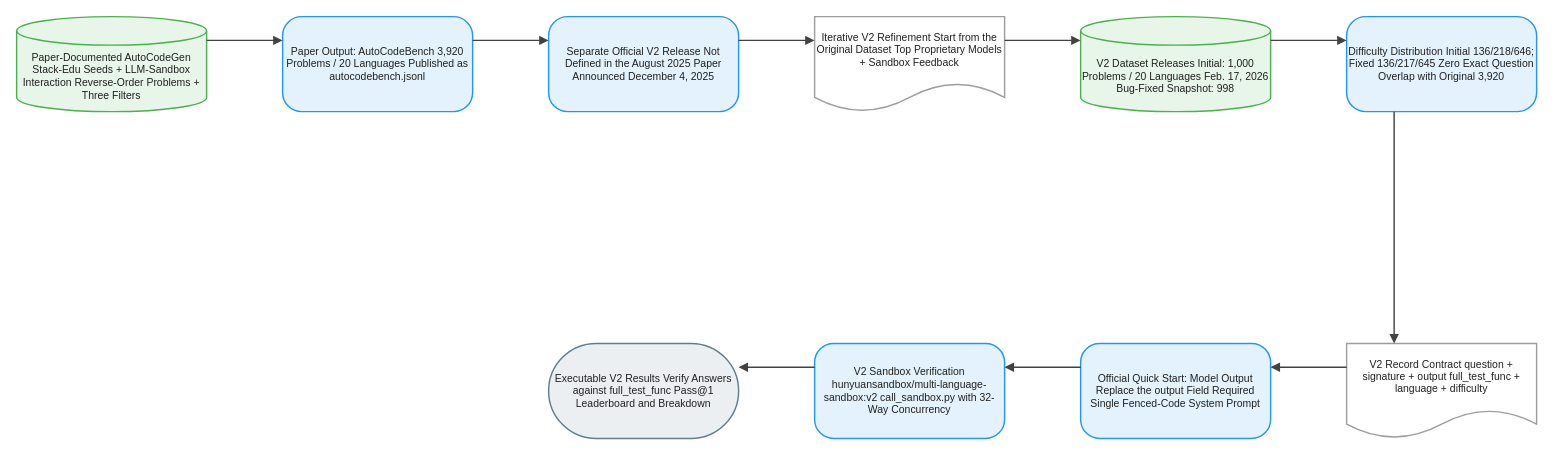
Earlier version of the draw.io diagram client/public/drawio/AutoCodeBench-V2/AutoCodeBench-V2.en.drawio (joe1chief/benchmark-hub). Source tidied: cells renumbered, new cells numbered last; positions are measured from the earlier drawing's top-left corner, leaving out a move shared by most shapes. Both pictures are drawn from the tidied source at 95%, with x=0, y=0 at pixel (16, 16).
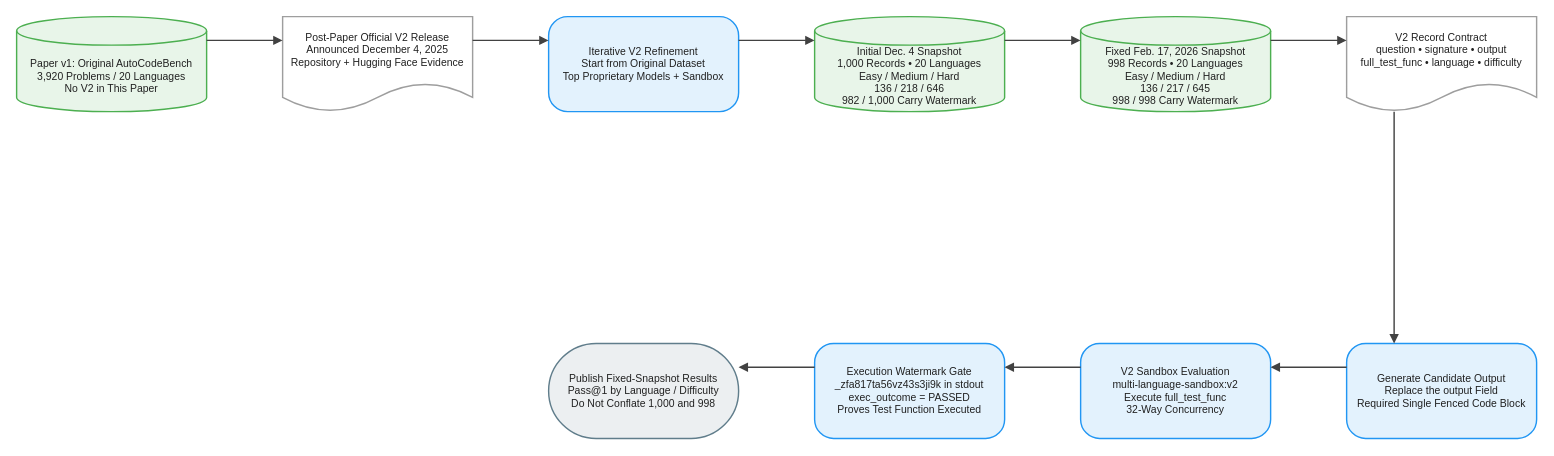
The same diagram, later.

Change to the diagram source:
```diff
@@
-    <mxCell id="2" value="Paper-Documented AutoCodeGen Stack-Edu Seeds + LLM-Sandbox Interaction Reverse-Order Problems + Three Filters" style="shape=cylinder3;boundedLbl=1;backgroundOutline=1;size=15;html=1;whiteSpace=wrap;fillColor=#E8F5E9;strokeColor=#4CAF50;strokeWidth=1.5;fontColor=#212121;fontSize=11;fontFamily=Arial, Helvetica, sans-serif;verticalAlign=middle;align=center;" parent="1" vertex="1">
+    <mxCell id="2" value="Paper v1: Original AutoCodeBench&#10;3,920 Problems / 20 Languages&#10;No V2 in This Paper" style="shape=cylinder3;boundedLbl=1;backgroundOutline=1;size=15;html=0;convertToSvg=1;whiteSpace=wrap;fillColor=#E8F5E9;strokeColor=#4CAF50;strokeWidth=1.5;fontColor=#212121;fontSize=11;fontFamily=Arial, Helvetica, sans-serif;verticalAlign=middle;align=center;" parent="1" vertex="1">
       <mxGeometry width="200" height="100" as="geometry" />
     </mxCell>
-    <mxCell id="3" value="Paper Output: AutoCodeBench 3,920 Problems / 20 Languages Published as autocodebench.jsonl" style="rounded=1;arcSize=20;html=1;whiteSpace=wrap;fillColor=#E3F2FD;strokeColor=#2196F3;strokeWidth=1.5;fontColor=#212121;fontSize=11;fontFamily=Arial, Helvetica, sans-serif;verticalAlign=middle;align=center;" parent="1" vertex="1">
+    <mxCell id="3" value="Post-Paper Official V2 Release&#10;Announced December 4, 2025&#10;Repository + Hugging Face Evidence" style="shape=document;boundedLbl=1;html=0;convertToSvg=1;whiteSpace=wrap;fillColor=#FFFFFF;strokeColor=#9E9E9E;strokeWidth=1.5;fontColor=#212121;fontSize=11;fontFamily=Arial, Helvetica, sans-serif;verticalAlign=middle;align=center;" parent="1" vertex="1">
       <mxGeometry x="280" width="200" height="100" as="geometry" />
     </mxCell>
-    <mxCell id="4" value="Separate Official V2 Release Not Defined in the August 2025 Paper Announced December 4, 2025" style="rounded=1;arcSize=20;html=1;whiteSpace=wrap;fillColor=#E3F2FD;strokeColor=#2196F3;strokeWidth=1.5;fontColor=#212121;fontSize=11;fontFamily=Arial, Helvetica, sans-serif;verticalAlign=middle;align=center;" parent="1" vertex="1">
+    <mxCell id="4" value="Iterative V2 Refinement&#10;Start from Original Dataset&#10;Top Proprietary Models + Sandbox" style="rounded=1;arcSize=20;html=0;convertToSvg=1;whiteSpace=wrap;fillColor=#E3F2FD;strokeColor=#2196F3;strokeWidth=1.5;fontColor=#212121;fontSize=11;fontFamily=Arial, Helvetica, sans-serif;verticalAlign=middle;align=center;" parent="1" vertex="1">
       <mxGeometry x="560" width="200" height="100" as="geometry" />
     </mxCell>
-    <mxCell id="5" value="Iterative V2 Refinement Start from the Original Dataset Top Proprietary Models + Sandbox Feedback" style="shape=document;boundedLbl=1;html=1;whiteSpace=wrap;fillColor=#FFFFFF;strokeColor=#9E9E9E;strokeWidth=1.5;fontColor=#212121;fontSize=11;fontFamily=Arial, Helvetica, sans-serif;verticalAlign=middle;align=center;" parent="1" vertex="1">
+    <mxCell id="5" value="Initial Dec. 4 Snapshot&#10;1,000 Records • 20 Languages&#10;Easy / Medium / Hard&#10;136 / 218 / 646&#10;982 / 1,000 Carry Watermark" style="shape=cylinder3;boundedLbl=1;backgroundOutline=1;size=15;html=0;convertToSvg=1;whiteSpace=wrap;fillColor=#E8F5E9;strokeColor=#4CAF50;strokeWidth=1.5;fontColor=#212121;fontSize=11;fontFamily=Arial, Helvetica, sans-serif;verticalAlign=middle;align=center;" parent="1" vertex="1">
       <mxGeometry x="840" width="200" height="100" as="geometry" />
     </mxCell>
-    <mxCell id="6" value="V2 Dataset Releases Initial: 1,000 Problems / 20 Languages Feb. 17, 2026 Bug-Fixed Snapshot: 998" style="shape=cylinder3;boundedLbl=1;backgroundOutline=1;size=15;html=1;whiteSpace=wrap;fillColor=#E8F5E9;strokeColor=#4CAF50;strokeWidth=1.5;fontColor=#212121;fontSize=11;fontFamily=Arial, Helvetica, sans-serif;verticalAlign=middle;align=center;" parent="1" vertex="1">
+    <mxCell id="6" value="Fixed Feb. 17, 2026 Snapshot&#10;998 Records • 20 Languages&#10;Easy / Medium / Hard&#10;136 / 217 / 645&#10;998 / 998 Carry Watermark" style="shape=cylinder3;boundedLbl=1;backgroundOutline=1;size=15;html=0;convertToSvg=1;whiteSpace=wrap;fillColor=#E8F5E9;strokeColor=#4CAF50;strokeWidth=1.5;fontColor=#212121;fontSize=11;fontFamily=Arial, Helvetica, sans-serif;verticalAlign=middle;align=center;" parent="1" vertex="1">
       <mxGeometry x="1120" width="200" height="100" as="geometry" />
     </mxCell>
-    <mxCell id="7" value="Difficulty Distribution Initial 136/218/646; Fixed 136/217/645 Zero Exact Question Overlap with Original 3,920" style="rounded=1;arcSize=20;html=1;whiteSpace=wrap;fillColor=#E3F2FD;strokeColor=#2196F3;strokeWidth=1.5;fontColor=#212121;fontSize=11;fontFamily=Arial, Helvetica, sans-serif;verticalAlign=middle;align=center;" parent="1" vertex="1">
+    <mxCell id="7" value="V2 Record Contract&#10;question • signature • output&#10;full_test_func • language • difficulty" style="shape=document;boundedLbl=1;html=0;convertToSvg=1;whiteSpace=wrap;fillColor=#FFFFFF;strokeColor=#9E9E9E;strokeWidth=1.5;fontColor=#212121;fontSize=11;fontFamily=Arial, Helvetica, sans-serif;verticalAlign=middle;align=center;" parent="1" vertex="1">
       <mxGeometry x="1400" width="200" height="100" as="geometry" />
     </mxCell>
-    <mxCell id="8" value="V2 Record Contract question + signature + output full_test_func + language + difficulty" style="shape=document;boundedLbl=1;html=1;whiteSpace=wrap;fillColor=#FFFFFF;strokeColor=#9E9E9E;strokeWidth=1.5;fontColor=#212121;fontSize=11;fontFamily=Arial, Helvetica, sans-serif;verticalAlign=middle;align=center;" parent="1" vertex="1">
+    <mxCell id="8" value="Generate Candidate Output&#10;Replace the output Field&#10;Required Single Fenced Code Block" style="rounded=1;arcSize=20;html=0;convertToSvg=1;whiteSpace=wrap;fillColor=#E3F2FD;strokeColor=#2196F3;strokeWidth=1.5;fontColor=#212121;fontSize=11;fontFamily=Arial, Helvetica, sans-serif;verticalAlign=middle;align=center;" parent="1" vertex="1">
       <mxGeometry x="1400" y="344" width="200" height="100" as="geometry" />
     </mxCell>
-    <mxCell id="9" value="Official Quick Start: Model Output Replace the output Field Required Single Fenced-Code System Prompt" style="rounded=1;arcSize=20;html=1;whiteSpace=wrap;fillColor=#E3F2FD;strokeColor=#2196F3;strokeWidth=1.5;fontColor=#212121;fontSize=11;fontFamily=Arial, Helvetica, sans-serif;verticalAlign=middle;align=center;" parent="1" vertex="1">
+    <mxCell id="9" value="V2 Sandbox Evaluation&#10;multi-language-sandbox:v2&#10;Execute full_test_func&#10;32-Way Concurrency" style="rounded=1;arcSize=20;html=0;convertToSvg=1;whiteSpace=wrap;fillColor=#E3F2FD;strokeColor=#2196F3;strokeWidth=1.5;fontColor=#212121;fontSize=11;fontFamily=Arial, Helvetica, sans-serif;verticalAlign=middle;align=center;" parent="1" vertex="1">
       <mxGeometry x="1120" y="344" width="200" height="100" as="geometry" />
     </mxCell>
-    <mxCell id="10" value="V2 Sandbox Verification hunyuansandbox/multi-language-sandbox:v2 call_sandbox.py with 32-Way Concurrency" style="rounded=1;arcSize=20;html=1;whiteSpace=wrap;fillColor=#E3F2FD;strokeColor=#2196F3;strokeWidth=1.5;fontColor=#212121;fontSize=11;fontFamily=Arial, Helvetica, sans-serif;verticalAlign=middle;align=center;" parent="1" vertex="1">
+    <mxCell id="10" value="Execution Watermark Gate&#10;_zfa817ta56vz43s3ji9k in stdout&#10;exec_outcome = PASSED&#10;Proves Test Function Executed" style="rounded=1;arcSize=20;html=0;convertToSvg=1;whiteSpace=wrap;fillColor=#E3F2FD;strokeColor=#2196F3;strokeWidth=1.5;fontColor=#212121;fontSize=11;fontFamily=Arial, Helvetica, sans-serif;verticalAlign=middle;align=center;" parent="1" vertex="1">
       <mxGeometry x="840" y="344" width="200" height="100" as="geometry" />
     </mxCell>
-    <mxCell id="11" value="Executable V2 Results Verify Answers against full_test_func Pass@1 Leaderboard and Breakdown" style="rounded=1;arcSize=50;html=1;whiteSpace=wrap;fillColor=#ECEFF1;strokeColor=#607D8B;strokeWidth=1.5;fontColor=#212121;fontSize=11;fontFamily=Arial, Helvetica, sans-serif;verticalAlign=middle;align=center;" parent="1" vertex="1">
+    <mxCell id="11" value="Publish Fixed-Snapshot Results&#10;Pass@1 by Language / Difficulty&#10;Do Not Conflate 1,000 and 998" style="rounded=1;arcSize=50;html=0;convertToSvg=1;whiteSpace=wrap;fillColor=#ECEFF1;strokeColor=#607D8B;strokeWidth=1.5;fontColor=#212121;fontSize=11;fontFamily=Arial, Helvetica, sans-serif;verticalAlign=middle;align=center;" parent="1" vertex="1">
       <mxGeometry x="560" y="344" width="200" height="100" as="geometry" />
     </mxCell>
-    <mxCell id="12" style="edgeStyle=orthogonalEdgeStyle;rounded=0;jettySize=auto;html=1;strokeColor=#424242;strokeWidth=1.5;endArrow=block;endFill=1;exitX=1;exitY=0.25;exitDx=0;exitDy=0;entryX=0;entryY=0.25;entryDx=0;entryDy=0;jumpStyle=arc;jumpSize=8;" parent="1" edge="1" source="2" target="3">
+    <mxCell id="12" style="edgeStyle=orthogonalEdgeStyle;rounded=0;jettySize=auto;html=0;convertToSvg=1;strokeColor=#424242;strokeWidth=1.5;endArrow=block;endFill=1;exitX=1;exitY=0.25;exitDx=0;exitDy=0;entryX=0;entryY=0.25;entryDx=0;entryDy=0;jumpStyle=arc;jumpSize=8;" parent="1" edge="1" source="2" target="3">
       <mxGeometry relative="1" as="geometry" />
     </mxCell>
-    <mxCell id="13" style="edgeStyle=orthogonalEdgeStyle;rounded=0;jettySize=auto;html=1;strokeColor=#424242;strokeWidth=1.5;endArrow=block;endFill=1;exitX=1;exitY=0.25;exitDx=0;exitDy=0;entryX=0;entryY=0.25;entryDx=0;entryDy=0;jumpStyle=arc;jumpSize=8;" parent="1" edge="1" source="3" target="4">
+    <mxCell id="13" style="edgeStyle=orthogonalEdgeStyle;rounded=0;jettySize=auto;html=0;convertToSvg=1;strokeColor=#424242;strokeWidth=1.5;endArrow=block;endFill=1;exitX=1;exitY=0.25;exitDx=0;exitDy=0;entryX=0;entryY=0.25;entryDx=0;entryDy=0;jumpStyle=arc;jumpSize=8;" parent="1" edge="1" source="3" target="4">
       <mxGeometry relative="1" as="geometry" />
     </mxCell>
-    <mxCell id="14" style="edgeStyle=orthogonalEdgeStyle;rounded=0;jettySize=auto;html=1;strokeColor=#424242;strokeWidth=1.5;endArrow=block;endFill=1;exitX=1;exitY=0.25;exitDx=0;exitDy=0;entryX=0;entryY=0.25;entryDx=0;entryDy=0;jumpStyle=arc;jumpSize=8;" parent="1" edge="1" source="4" target="5">
+    <mxCell id="14" style="edgeStyle=orthogonalEdgeStyle;rounded=0;jettySize=auto;html=0;convertToSvg=1;strokeColor=#424242;strokeWidth=1.5;endArrow=block;endFill=1;exitX=1;exitY=0.25;exitDx=0;exitDy=0;entryX=0;entryY=0.25;entryDx=0;entryDy=0;jumpStyle=arc;jumpSize=8;" parent="1" edge="1" source="4" target="5">
       <mxGeometry relative="1" as="geometry" />
     </mxCell>
-    <mxCell id="15" style="edgeStyle=orthogonalEdgeStyle;rounded=0;jettySize=auto;html=1;strokeColor=#424242;strokeWidth=1.5;endArrow=block;endFill=1;exitX=1;exitY=0.25;exitDx=0;exitDy=0;entryX=0;entryY=0.25;entryDx=0;entryDy=0;jumpStyle=arc;jumpSize=8;" parent="1" edge="1" source="5" target="6">
+    <mxCell id="15" style="edgeStyle=orthogonalEdgeStyle;rounded=0;jettySize=auto;html=0;convertToSvg=1;strokeColor=#424242;strokeWidth=1.5;endArrow=block;endFill=1;exitX=1;exitY=0.25;exitDx=0;exitDy=0;entryX=0;entryY=0.25;entryDx=0;entryDy=0;jumpStyle=arc;jumpSize=8;" parent="1" edge="1" source="5" target="6">
       <mxGeometry relative="1" as="geometry" />
     </mxCell>
-    <mxCell id="16" style="edgeStyle=orthogonalEdgeStyle;rounded=0;jettySize=auto;html=1;strokeColor=#424242;strokeWidth=1.5;endArrow=block;endFill=1;exitX=1;exitY=0.25;exitDx=0;exitDy=0;entryX=0;entryY=0.25;entryDx=0;entryDy=0;jumpStyle=arc;jumpSize=8;" parent="1" edge="1" source="6" target="7">
+    <mxCell id="16" style="edgeStyle=orthogonalEdgeStyle;rounded=0;jettySize=auto;html=0;convertToSvg=1;strokeColor=#424242;strokeWidth=1.5;endArrow=block;endFill=1;exitX=1;exitY=0.25;exitDx=0;exitDy=0;entryX=0;entryY=0.25;entryDx=0;entryDy=0;jumpStyle=arc;jumpSize=8;" parent="1" edge="1" source="6" target="7">
       <mxGeometry relative="1" as="geometry" />
     </mxCell>
-    <mxCell id="17" style="edgeStyle=orthogonalEdgeStyle;rounded=0;jettySize=auto;html=1;strokeColor=#424242;strokeWidth=1.5;endArrow=block;endFill=1;exitX=0.25;exitY=1;exitDx=0;exitDy=0;entryX=0.25;entryY=0;entryDx=0;entryDy=0;jumpStyle=arc;jumpSize=8;" parent="1" edge="1" source="7" target="8">
+    <mxCell id="17" style="edgeStyle=orthogonalEdgeStyle;rounded=0;jettySize=auto;html=0;convertToSvg=1;strokeColor=#424242;strokeWidth=1.5;endArrow=block;endFill=1;exitX=0.25;exitY=1;exitDx=0;exitDy=0;entryX=0.25;entryY=0;entryDx=0;entryDy=0;jumpStyle=arc;jumpSize=8;" parent="1" edge="1" source="7" target="8">
       <mxGeometry relative="1" as="geometry" />
     </mxCell>
-    <mxCell id="18" style="edgeStyle=orthogonalEdgeStyle;rounded=0;jettySize=auto;html=1;strokeColor=#424242;strokeWidth=1.5;endArrow=block;endFill=1;exitX=0;exitY=0.25;exitDx=0;exitDy=0;entryX=1;entryY=0.25;entryDx=0;entryDy=0;jumpStyle=arc;jumpSize=8;" parent="1" edge="1" source="8" target="9">
+    <mxCell id="18" style="edgeStyle=orthogonalEdgeStyle;rounded=0;jettySize=auto;html=0;convertToSvg=1;strokeColor=#424242;strokeWidth=1.5;endArrow=block;endFill=1;exitX=0;exitY=0.25;exitDx=0;exitDy=0;entryX=1;entryY=0.25;entryDx=0;entryDy=0;jumpStyle=arc;jumpSize=8;" parent="1" edge="1" source="8" target="9">
       <mxGeometry relative="1" as="geometry" />
     </mxCell>
-    <mxCell id="19" style="edgeStyle=orthogonalEdgeStyle;rounded=0;jettySize=auto;html=1;strokeColor=#424242;strokeWidth=1.5;endArrow=block;endFill=1;exitX=0;exitY=0.25;exitDx=0;exitDy=0;entryX=1;entryY=0.25;entryDx=0;entryDy=0;jumpStyle=arc;jumpSize=8;" parent="1" edge="1" source="9" target="10">
+    <mxCell id="19" style="edgeStyle=orthogonalEdgeStyle;rounded=0;jettySize=auto;html=0;convertToSvg=1;strokeColor=#424242;strokeWidth=1.5;endArrow=block;endFill=1;exitX=0;exitY=0.25;exitDx=0;exitDy=0;entryX=1;entryY=0.25;entryDx=0;entryDy=0;jumpStyle=arc;jumpSize=8;" parent="1" edge="1" source="9" target="10">
       <mxGeometry relative="1" as="geometry" />
     </mxCell>
-    <mxCell id="20" style="edgeStyle=orthogonalEdgeStyle;rounded=0;jettySize=auto;html=1;strokeColor=#424242;strokeWidth=1.5;endArrow=block;endFill=1;exitX=0;exitY=0.25;exitDx=0;exitDy=0;entryX=1;entryY=0.25;entryDx=0;entryDy=0;jumpStyle=arc;jumpSize=8;" parent="1" edge="1" source="10" target="11">
+    <mxCell id="20" style="edgeStyle=orthogonalEdgeStyle;rounded=0;jettySize=auto;html=0;convertToSvg=1;strokeColor=#424242;strokeWidth=1.5;endArrow=block;endFill=1;exitX=0;exitY=0.25;exitDx=0;exitDy=0;entryX=1;entryY=0.25;entryDx=0;entryDy=0;jumpStyle=arc;jumpSize=8;" parent="1" edge="1" source="10" target="11">
       <mxGeometry relative="1" as="geometry" />
     </mxCell>
```
